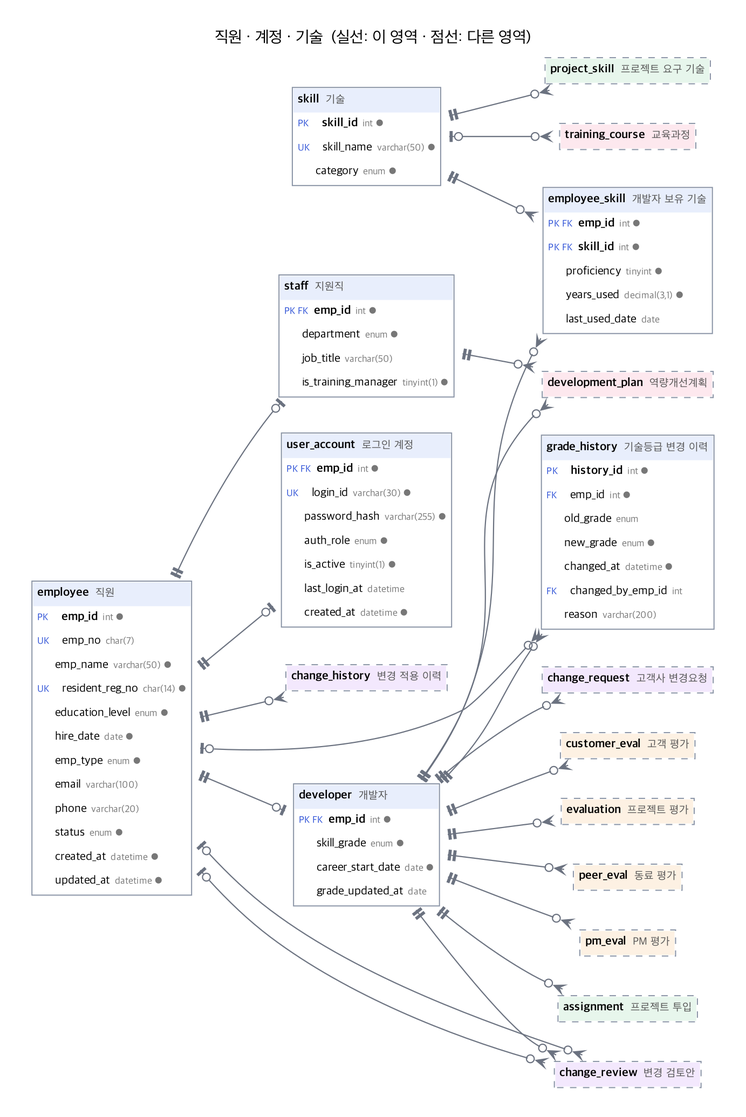
moovingGun/database-teamproject keeps this Graphviz diagram as docs/erd/01_hr.png. Above is the earlier version. Its source is kept beside it as docs/erd/01_hr.dot.
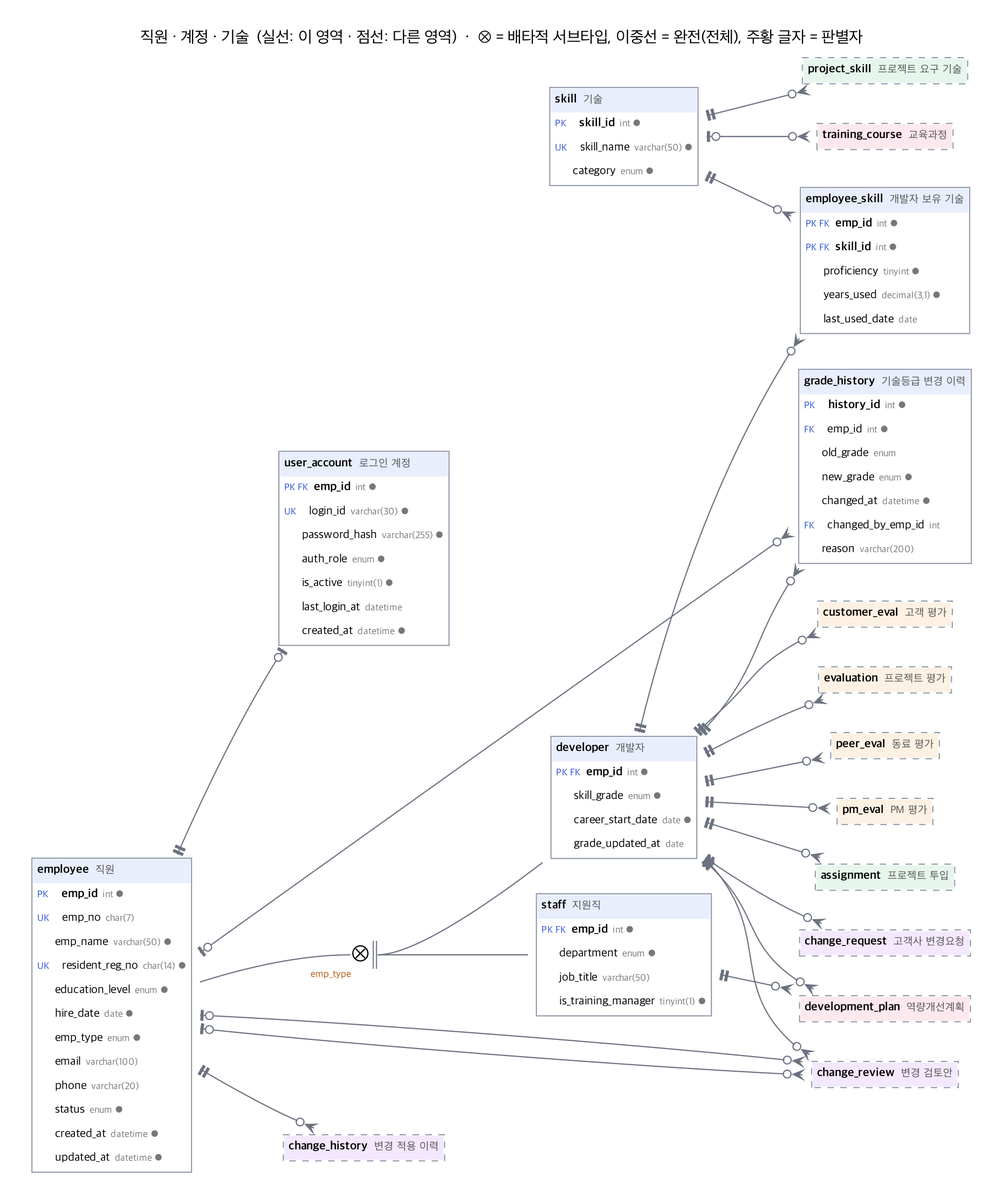
After the change.

Commit message:
docs: ERD 슈퍼타입-서브타입을 IE 서브타입 기호로 표기

Change to the diagram source:
```diff
@@ -2,7 +2,7 @@
   graph [rankdir=LR, fontname="Apple SD Gothic Neo", fontsize=13, bgcolor="white", nodesep=0.35, pad=0.3, splines=true, newrank=true, ranksep=0.9];
   node  [shape=plaintext, fontname="Apple SD Gothic Neo", fontsize=11];
   edge  [fontname="Apple SD Gothic Neo", fontsize=9];
-  label="직원 · 계정 · 기술  (실선: 이 영역 · 점선: 다른 영역)"; labelloc=t; fontsize=15;
+  label="직원 · 계정 · 기술  (실선: 이 영역 · 점선: 다른 영역)  ·  ⊗ = 배타적 서브타입, 이중선 = 완전(전체), 주황 글자 = 판별자"; labelloc=t; fontsize=15;
   "employee" [label=<<TABLE BORDER="1" CELLBORDER="0" CELLSPACING="0" CELLPADDING="4" COLOR="#8a94a6"><TR><TD BGCOLOR="#e8eefc" ALIGN="LEFT"><B>employee</B>  <FONT POINT-SIZE="10" COLOR="#555555">직원</FONT></TD></TR><TR><TD ALIGN="LEFT"><FONT POINT-SIZE="9" COLOR="#2b4fd6">PK    </FONT> <B>emp_id</B><FONT POINT-SIZE="9" COLOR="#777777">  int ●</FONT></TD></TR><TR><TD ALIGN="LEFT"><FONT POINT-SIZE="9" COLOR="#2b4fd6">UK    </FONT> emp_no<FONT POINT-SIZE="9" COLOR="#777777">  char(7)</FONT></TD></TR><TR><TD ALIGN="LEFT"><FONT POINT-SIZE="9" COLOR="#2b4fd6">      </FONT> emp_name<FONT POINT-SIZE="9" COLOR="#777777">  varchar(50) ●</FONT></TD></TR><TR><TD ALIGN="LEFT"><FONT POINT-SIZE="9" COLOR="#2b4fd6">UK    </FONT> resident_reg_no<FONT POINT-SIZE="9" COLOR="#777777">  char(14) ●</FONT></TD></TR><TR><TD ALIGN="LEFT"><FONT POINT-SIZE="9" COLOR="#2b4fd6">      </FONT> education_level<FONT POINT-SIZE="9" COLOR="#777777">  enum ●</FONT></TD></TR><TR><TD ALIGN="LEFT"><FONT POINT-SIZE="9" COLOR="#2b4fd6">      </FONT> hire_date<FONT POINT-SIZE="9" COLOR="#777777">  date ●</FONT></TD></TR><TR><TD ALIGN="LEFT"><FONT POINT-SIZE="9" COLOR="#2b4fd6">      </FONT> emp_type<FONT POINT-SIZE="9" COLOR="#777777">  enum ●</FONT></TD></TR><TR><TD ALIGN="LEFT"><FONT POINT-SIZE="9" COLOR="#2b4fd6">      </FONT> email<FONT POINT-SIZE="9" COLOR="#777777">  varchar(100)</FONT></TD></TR><TR><TD ALIGN="LEFT"><FONT POINT-SIZE="9" COLOR="#2b4fd6">      </FONT> phone<FONT POINT-SIZE="9" COLOR="#777777">  varchar(20)</FONT></TD></TR><TR><TD ALIGN="LEFT"><FONT POINT-SIZE="9" COLOR="#2b4fd6">      </FONT> status<FONT POINT-SIZE="9" COLOR="#777777">  enum ●</FONT></TD></TR><TR><TD ALIGN="LEFT"><FONT POINT-SIZE="9" COLOR="#2b4fd6">      </FONT> created_at<FONT POINT-SIZE="9" COLOR="#777777">  datetime ●</FONT></TD></TR><TR><TD ALIGN="LEFT"><FONT POINT-SIZE="9" COLOR="#2b4fd6">      </FONT> updated_at<FONT POINT-SIZE="9" COLOR="#777777">  datetime ●</FONT></TD></TR></TABLE>>];
   "developer" [label=<<TABLE BORDER="1" CELLBORDER="0" CELLSPACING="0" CELLPADDING="4" COLOR="#8a94a6"><TR><TD BGCOLOR="#e8eefc" ALIGN="LEFT"><B>developer</B>  <FONT POINT-SIZE="10" COLOR="#555555">개발자</FONT></TD></TR><TR><TD ALIGN="LEFT"><FONT POINT-SIZE="9" COLOR="#2b4fd6">PK FK </FONT> <B>emp_id</B><FONT POINT-SIZE="9" COLOR="#777777">  int ●</FONT></TD></TR><TR><TD ALIGN="LEFT"><FONT POINT-SIZE="9" COLOR="#2b4fd6">      </FONT> skill_grade<FONT POINT-SIZE="9" COLOR="#777777">  enum ●</FONT></TD></TR><TR><TD ALIGN="LEFT"><FONT POINT-SIZE="9" COLOR="#2b4fd6">      </FONT> career_start_date<FONT POINT-SIZE="9" COLOR="#777777">  date ●</FONT></TD></TR><TR><TD ALIGN="LEFT"><FONT POINT-SIZE="9" COLOR="#2b4fd6">      </FONT> grade_updated_at<FONT POINT-SIZE="9" COLOR="#777777">  date</FONT></TD></TR></TABLE>>];
   "staff" [label=<<TABLE BORDER="1" CELLBORDER="0" CELLSPACING="0" CELLPADDING="4" COLOR="#8a94a6"><TR><TD BGCOLOR="#e8eefc" ALIGN="LEFT"><B>staff</B>  <FONT POINT-SIZE="10" COLOR="#555555">지원직</FONT></TD></TR><TR><TD ALIGN="LEFT"><FONT POINT-SIZE="9" COLOR="#2b4fd6">PK FK </FONT> <B>emp_id</B><FONT POINT-SIZE="9" COLOR="#777777">  int ●</FONT></TD></TR><TR><TD ALIGN="LEFT"><FONT POINT-SIZE="9" COLOR="#2b4fd6">      </FONT> department<FONT POINT-SIZE="9" COLOR="#777777">  enum ●</FONT></TD></TR><TR><TD ALIGN="LEFT"><FONT POINT-SIZE="9" COLOR="#2b4fd6">      </FONT> job_title<FONT POINT-SIZE="9" COLOR="#777777">  varchar(50)</FONT></TD></TR><TR><TD ALIGN="LEFT"><FONT POINT-SIZE="9" COLOR="#2b4fd6">      </FONT> is_training_manager<FONT POINT-SIZE="9" COLOR="#777777">  tinyint(1) ●</FONT></TD></TR></TABLE>>];
@@ -28,7 +28,6 @@
   "developer" -> "change_review" [dir=both, arrowtail=teetee, arrowhead=crowodot, color="#6b7280", penwidth=1.1, arrowsize=0.9];
   "employee" -> "change_review" [dir=both, arrowtail=teeodot, arrowhead=crowodot, color="#6b7280", penwidth=1.1, arrowsize=0.9];
   "developer" -> "customer_eval" [dir=both, arrowtail=teetee, arrowhead=crowodot, color="#6b7280", penwidth=1.1, arrowsize=0.9];
-  "employee" -> "developer" [dir=both, arrowtail=teetee, arrowhead=teeodot, color="#6b7280", penwidth=1.1, arrowsize=0.9];
   "developer" -> "development_plan" [dir=both, arrowtail=teetee, arrowhead=crowodot, color="#6b7280", penwidth=1.1, arrowsize=0.9];
   "staff" -> "development_plan" [dir=both, arrowtail=teetee, arrowhead=crowodot, color="#6b7280", penwidth=1.1, arrowsize=0.9];
   "developer" -> "employee_skill" [dir=both, arrowtail=teetee, arrowhead=crowodot, color="#6b7280", penwidth=1.1, arrowsize=0.9];
@@ -39,7 +38,10 @@
   "developer" -> "peer_eval" [dir=both, arrowtail=teetee, arrowhead=crowodot, color="#6b7280", penwidth=1.1, arrowsize=0.9];
   "developer" -> "pm_eval" [dir=both, arrowtail=teetee, arrowhead=crowodot, color="#6b7280", penwidth=1.1, arrowsize=0.9];
   "skill" -> "project_skill" [dir=both, arrowtail=teetee, arrowhead=crowodot, color="#6b7280", penwidth=1.1, arrowsize=0.9];
-  "employee" -> "staff" [dir=both, arrowtail=teetee, arrowhead=teeodot, color="#6b7280", penwidth=1.1, arrowsize=0.9];
   "skill" -> "training_course" [dir=both, arrowtail=teeodot, arrowhead=crowodot, color="#6b7280", penwidth=1.1, arrowsize=0.9];
   "employee" -> "user_account" [dir=both, arrowtail=teetee, arrowhead=teeodot, color="#6b7280", penwidth=1.1, arrowsize=0.9];
+  "cat_employee" [margin=0, width=0, height=0, label=<<TABLE BORDER="0" CELLBORDER="0" CELLSPACING="0" CELLPADDING="0" COLOR="#6b7280"><TR><TD PORT="in"><FONT POINT-SIZE="20">⊗</FONT></TD><TD BORDER="1" SIDES="R" WIDTH="3" HEIGHT="26" FIXEDSIZE="TRUE"></TD><TD BORDER="1" SIDES="R" WIDTH="3" HEIGHT="26" FIXEDSIZE="TRUE" PORT="out"></TD></TR></TABLE>>, xlabel=<<FONT POINT-SIZE="9" COLOR="#b45309">emp_type</FONT>>];
+  "employee" -> "cat_employee" [dir=none, headport="in:w", color="#6b7280", penwidth=1.1];
+  "cat_employee" -> "developer" [dir=none, tailport="out:e", color="#6b7280", penwidth=1.1];
+  "cat_employee" -> "staff" [dir=none, tailport="out:e", color="#6b7280", penwidth=1.1];
 }
```
